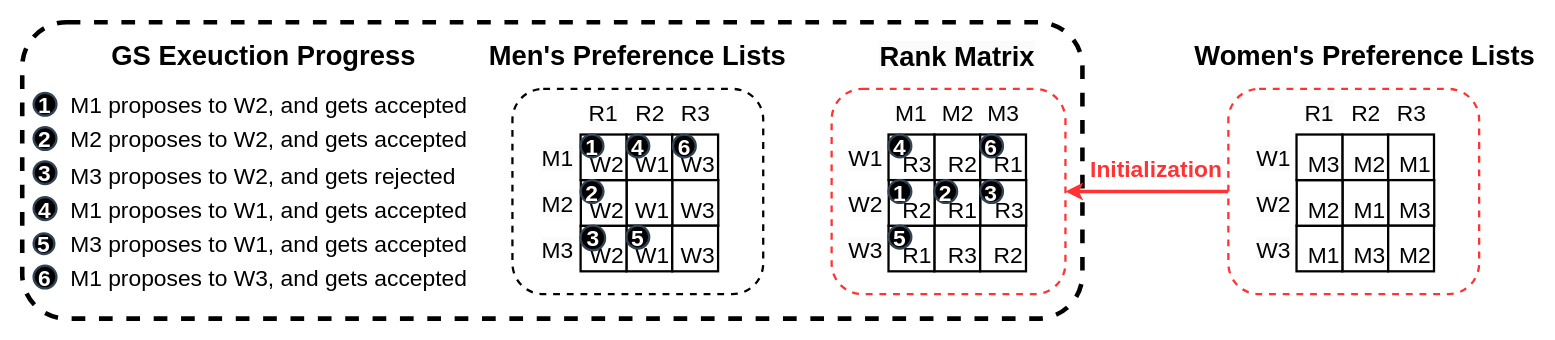
The draw.io diagram newGSExec.drawio in victorliu-sq/BambooSMP-Figures, before the edit. Source tidied: cells renumbered, new cells numbered last; positions are measured from the earlier drawing's top-left corner, leaving out a move shared by most shapes. Both pictures are drawn from the tidied source at 114%, with x=0, y=0 at pixel (22, 22).
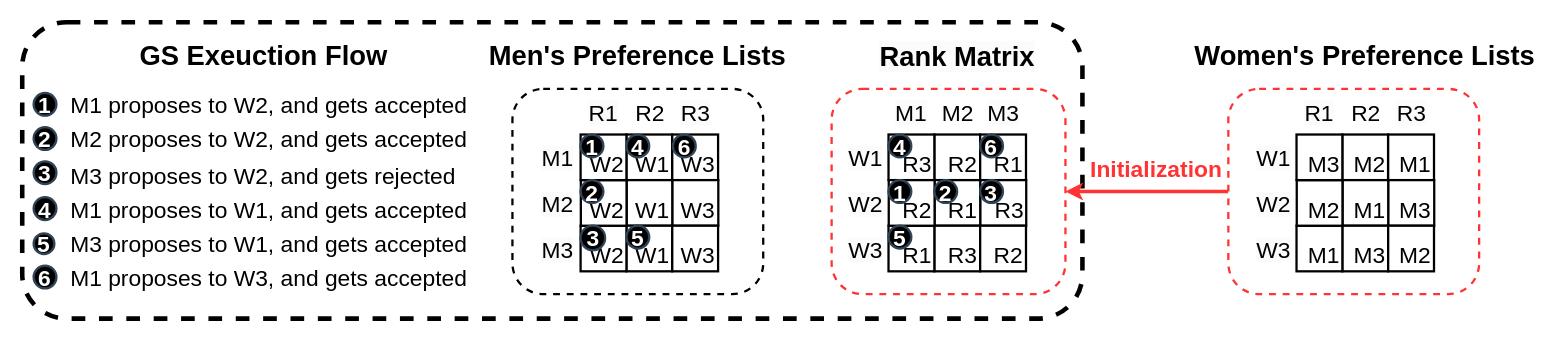
After the change.

Diff of the diagram source:
```diff
@@
-    <mxCell id="79" value="&lt;span style=&quot;font-size: 24px; text-wrap: nowrap;&quot;&gt;&lt;span style=&quot;font-size: 24px;&quot;&gt;GS Exeuction Progress&lt;/span&gt;&lt;/span&gt;" style="text;whiteSpace=wrap;html=1;align=center;strokeColor=none;verticalAlign=middle;strokeWidth=0;fontSize=24;fontStyle=1;" parent="1" vertex="1">
+    <mxCell id="79" value="&lt;span style=&quot;font-size: 24px; text-wrap: nowrap;&quot;&gt;&lt;span style=&quot;font-size: 24px;&quot;&gt;GS Exeuction Flow&lt;/span&gt;&lt;/span&gt;" style="text;whiteSpace=wrap;html=1;align=center;strokeColor=none;verticalAlign=middle;strokeWidth=0;fontSize=24;fontStyle=1;" parent="1" vertex="1">
       <mxGeometry x="71.1" y="20" width="282.3" height="20" as="geometry" />
     </mxCell>
```
